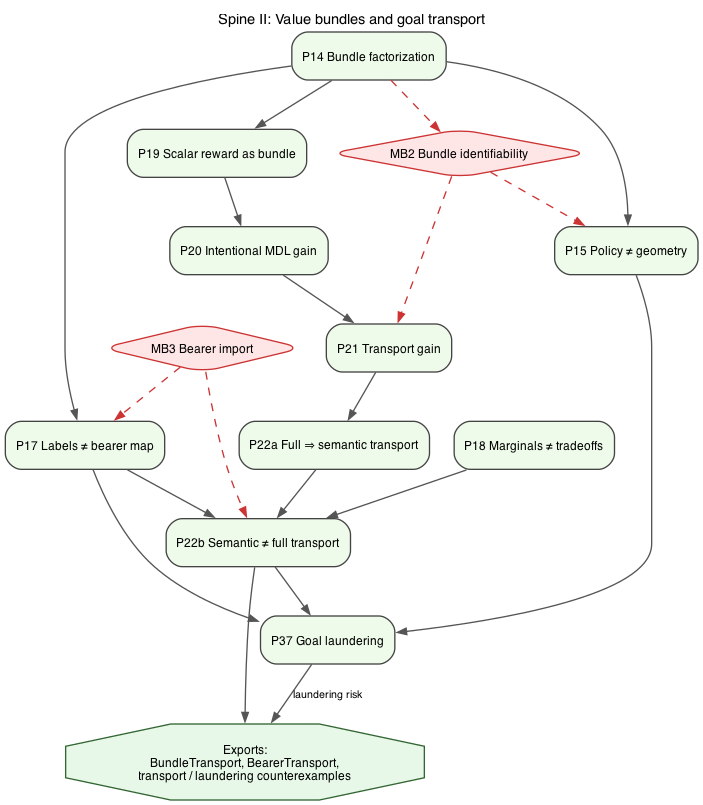
Earlier version of the Graphviz export figures/lean_proof/02-value-transport.png (GunnarZarncke/towards-asi-alignment). Its source is kept beside it as context/lean_proof_graphs/02-value-transport.dot.
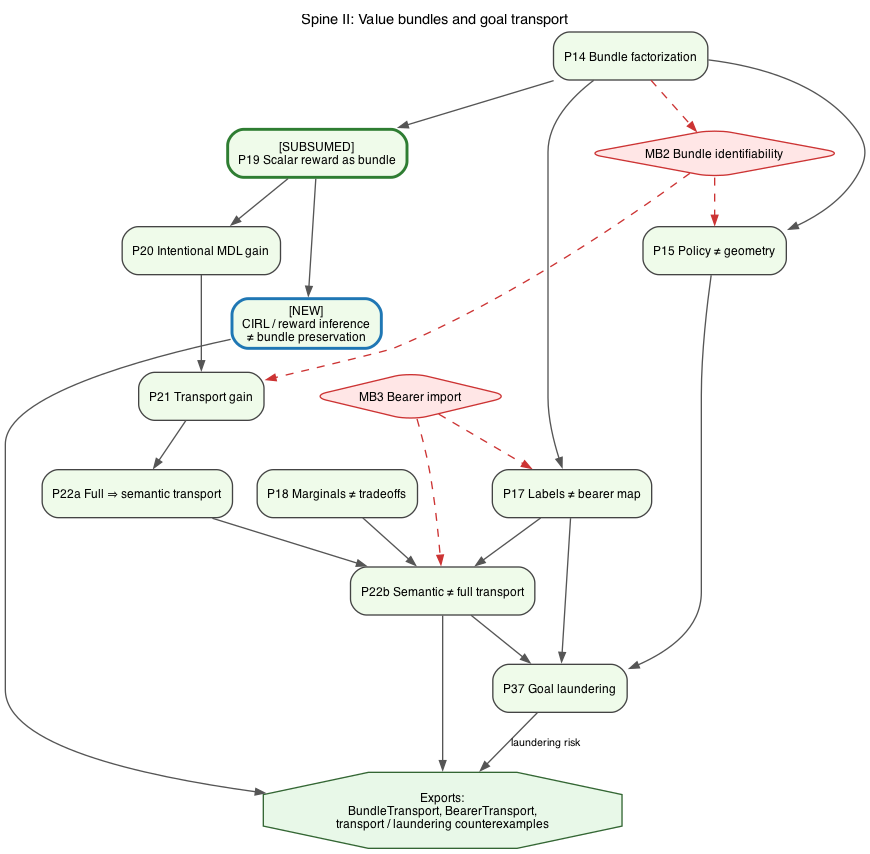
After the commit.

What changed in the source:
```diff
@@ -16,7 +16,8 @@
   P15 [label="P15 Policy ≠ geometry", fillcolor="#EFFBEA"];
   P17 [label="P17 Labels ≠ bearer map", fillcolor="#EFFBEA"];
   P18 [label="P18 Marginals ≠ tradeoffs", fillcolor="#EFFBEA"];
-  P19 [label="P19 Scalar reward as bundle", fillcolor="#EFFBEA"];
+  P19 [label="[SUBSUMED]\nP19 Scalar reward as bundle", fillcolor="#EFFBEA", color="#2E7D32", penwidth=2.2];
+  PCIRL [label="[NEW]\nCIRL / reward inference\n≠ bundle preservation", fillcolor="#EFFBEA", color="#1F77B4", penwidth=2.2];
   P20 [label="P20 Intentional MDL gain", fillcolor="#EFFBEA"];
   P21 [label="P21 Transport gain", fillcolor="#EFFBEA"];
   P22a [label="P22a Full ⇒ semantic transport", fillcolor="#EFFBEA"];
@@ -32,6 +33,7 @@
   P14 -> P15;
   P14 -> P17;
   P14 -> P19 -> P20 -> P21 -> P22a -> P22b;
+  P19 -> PCIRL;
   P17 -> P22b;
   P18 -> P22b;
   P15 -> P37;
@@ -45,5 +47,6 @@
   MB3 -> P22b [style=dashed, color="#CC3333"];
 
   P22b -> OUT;
+  PCIRL -> OUT;
   P37 -> OUT [label="laundering risk"];
 }
```
